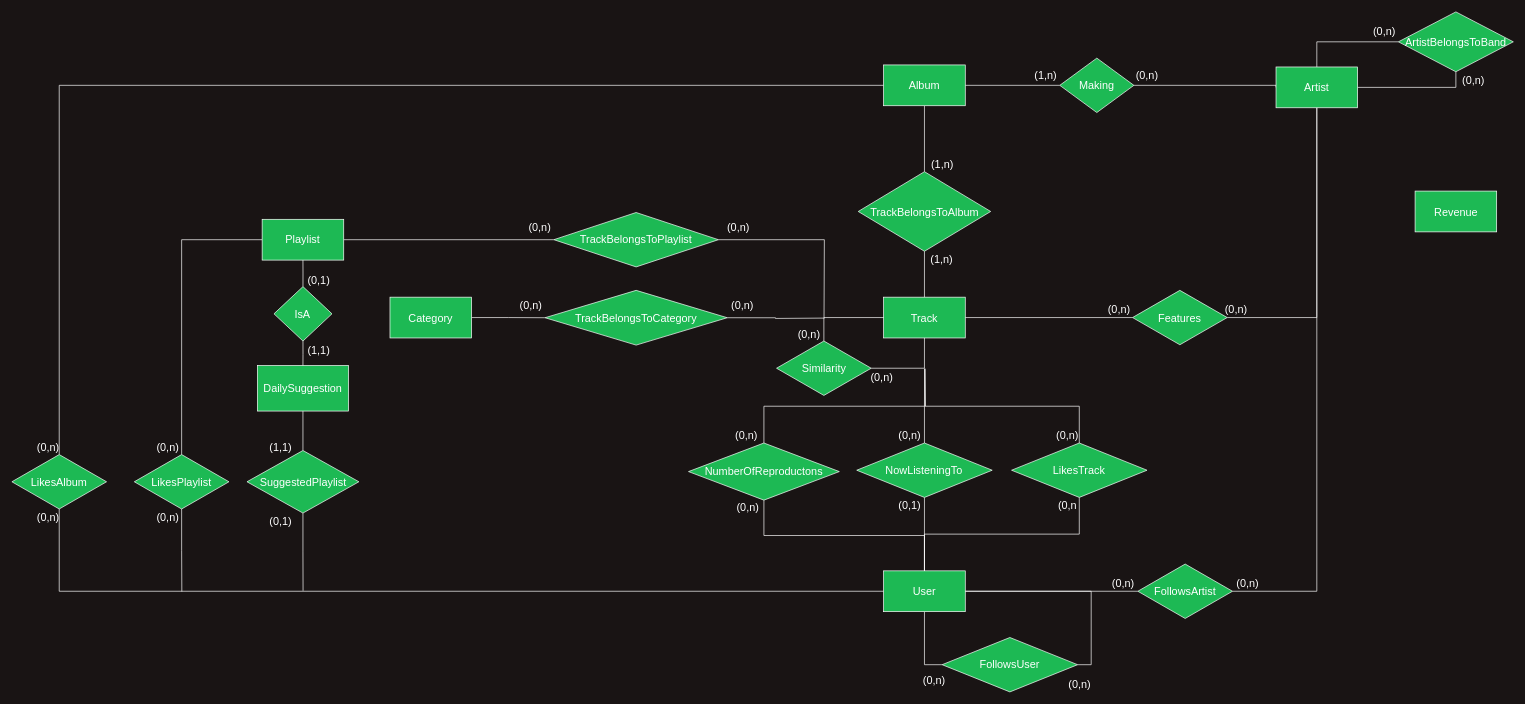
Above: Documentazione/Restructured.drawio in gabrycina/spotify-clone (draw.io), before the change. Source tidied: cells renumbered, new cells numbered last; positions are measured from the earlier drawing's top-left corner, leaving out a move shared by most shapes. Both pictures are drawn from the tidied source at 68%, with x=0, y=0 at pixel (12, 12).
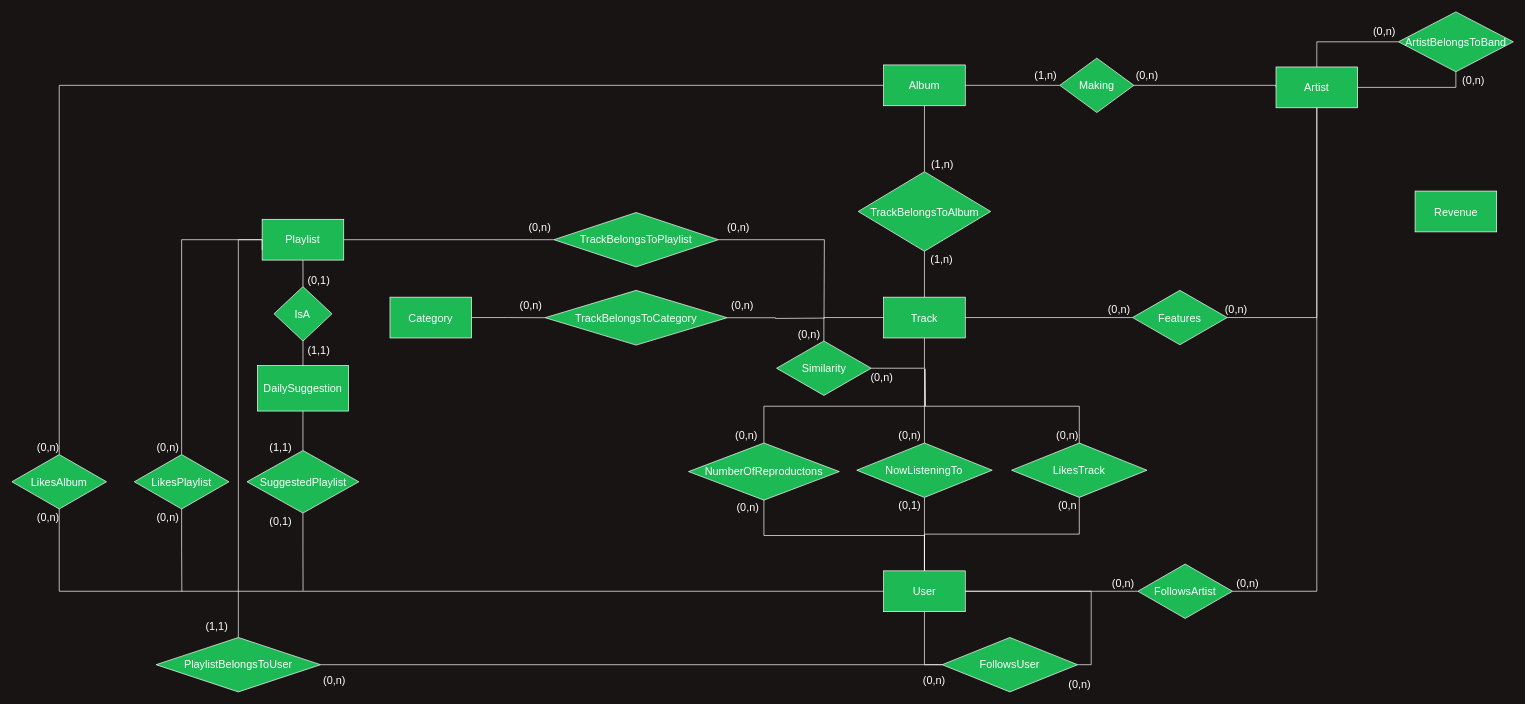
Above is the later version.

Unchanged cells that the change refers to:
```xml
<mxCell id="43" value="&lt;font color=&quot;#ffffff&quot; style=&quot;font-size: 16px&quot;&gt;Playlist&lt;/font&gt;" style="rounded=0;whiteSpace=wrap;html=1;shadow=0;strokeColor=#FFFFFF;fillColor=#1DB954;gradientColor=none;" parent="1" vertex="1">
  <mxGeometry x="368" y="305" width="120" height="60" as="geometry" />
</mxCell>
<mxCell id="83" value="FollowsUser" style="rhombus;whiteSpace=wrap;html=1;shadow=0;fontSize=16;fontColor=#FFFFFF;strokeColor=#FFFFFF;fillColor=#1DB954;gradientColor=none;" parent="1" vertex="1">
  <mxGeometry x="1368" y="920" width="199.2" height="80" as="geometry" />
</mxCell>
```

The edit, as a diff of the source:
```diff
@@
+    <mxCell id="91" style="edgeStyle=orthogonalEdgeStyle;rounded=0;jettySize=auto;html=1;exitX=1;exitY=0.5;exitDx=0;exitDy=0;entryX=0;entryY=0.5;entryDx=0;entryDy=0;strokeColor=#FFFFFF;endArrow=none;endFill=0;" parent="1" edge="1" source="92" target="83">
+      <mxGeometry relative="1" as="geometry" />
+    </mxCell>
+    <mxCell id="92" value="PlaylistBelongsToUser" style="rhombus;whiteSpace=wrap;html=1;shadow=0;fontSize=16;fontColor=#FFFFFF;strokeColor=#FFFFFF;fillColor=#1DB954;gradientColor=none;" parent="1" vertex="1">
+      <mxGeometry x="212" y="920" width="242" height="80" as="geometry" />
+    </mxCell>
+    <mxCell id="93" style="edgeStyle=orthogonalEdgeStyle;rounded=0;jettySize=auto;html=1;exitX=0;exitY=0.75;exitDx=0;exitDy=0;entryX=0.5;entryY=0;entryDx=0;entryDy=0;strokeColor=#FFFFFF;endArrow=none;endFill=0;" parent="1" edge="1" source="43" target="92">
+      <mxGeometry relative="1" as="geometry">
+        <Array as="points">
+          <mxPoint x="368" y="335" />
+          <mxPoint x="333" y="335" />
+        </Array>
+      </mxGeometry>
+    </mxCell>
+    <mxCell id="94" value="(1,1)" style="text;html=1;align=center;verticalAlign=middle;strokeColor=none;fillColor=none;fontSize=16;fontColor=#FFFFFF;" parent="1" vertex="1">
+      <mxGeometry x="279" y="892" width="43" height="23" as="geometry" />
+    </mxCell>
+    <mxCell id="95" value="(0,n)" style="text;html=1;align=center;verticalAlign=middle;strokeColor=none;fillColor=none;fontSize=16;fontColor=#FFFFFF;" parent="1" vertex="1">
+      <mxGeometry x="452" y="971.5" width="43" height="23" as="geometry" />
+    </mxCell>
```
